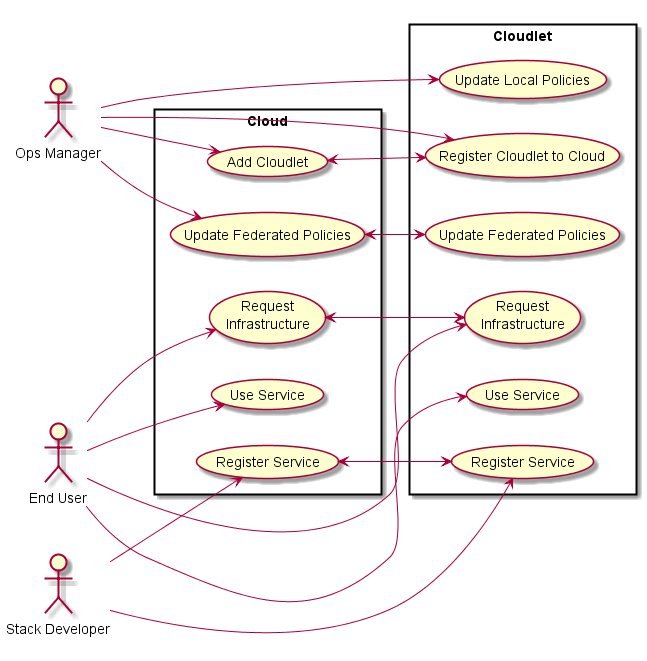
This is design/Actors/UseCases.png from CAADE/CloudLet, a PlantUML export, as it was before one commit.
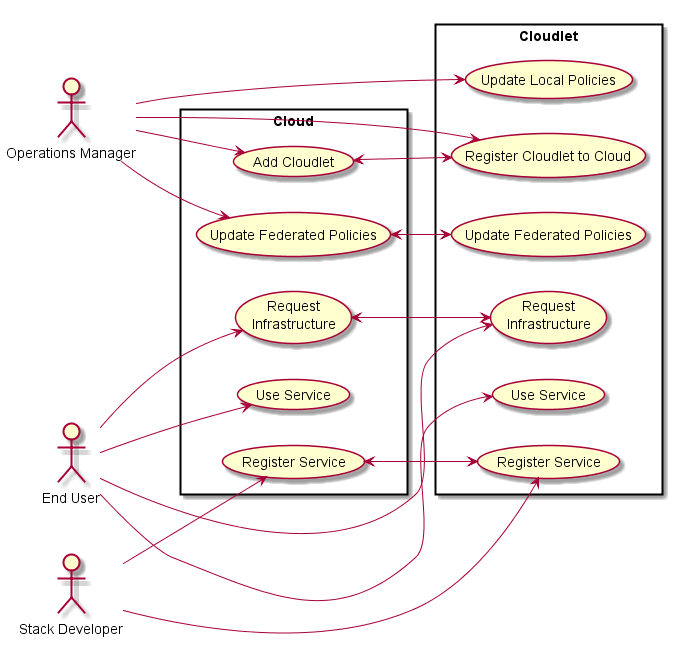
After the change.

Commit message:
CloudLet-1 Actor Descriptions need to be updated

What changed in the source:
```diff
@@ -1,5 +1,5 @@
 @startuml
-:Ops Manager: as Ops
+:Operations Manager: as Ops
 :End User: as User
 :Stack Developer: as Stack
 
```
